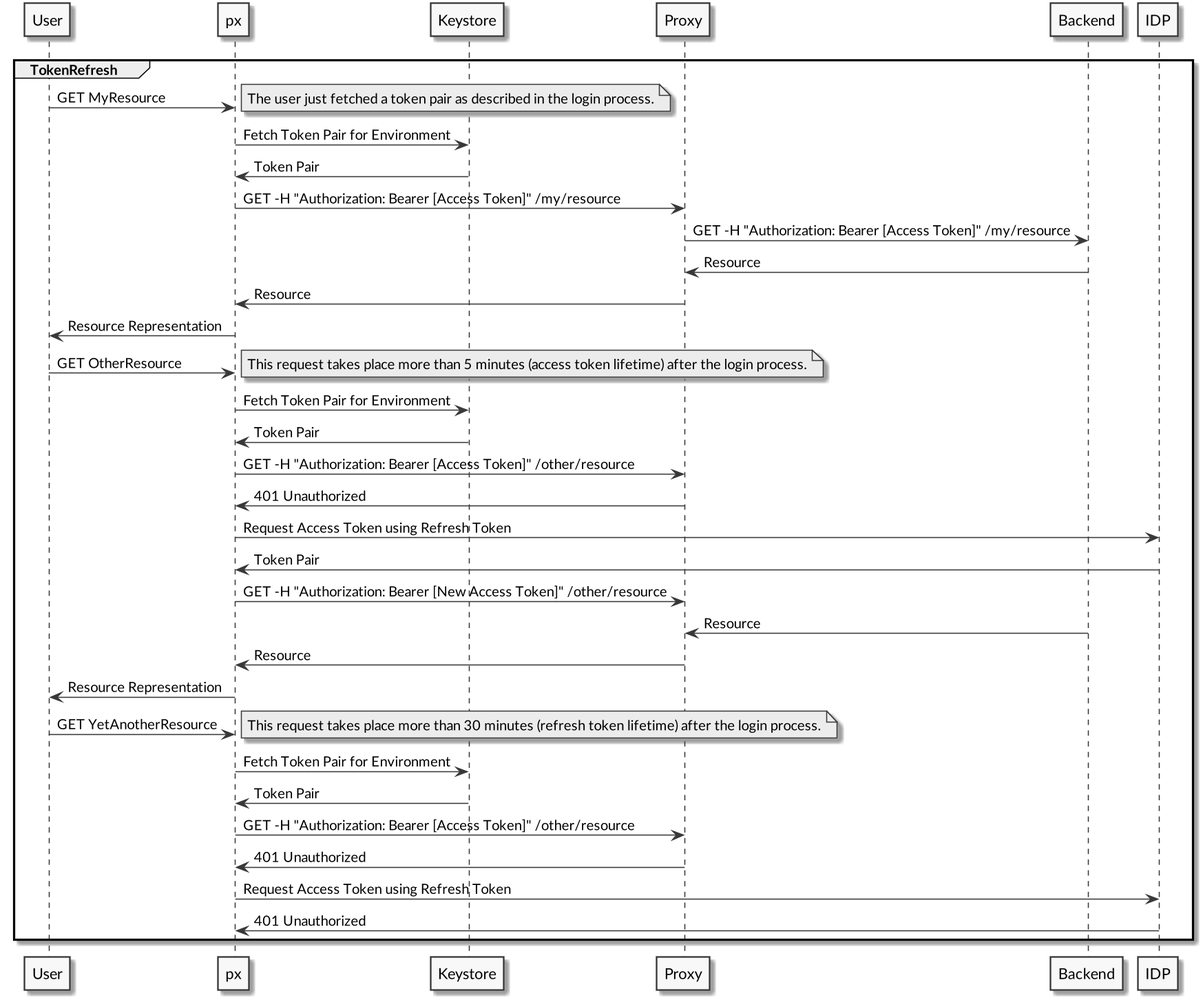
Before: doc/pics/sequence-retry.png, a diagram exported from PlantUML (patrickbucher/wipro).
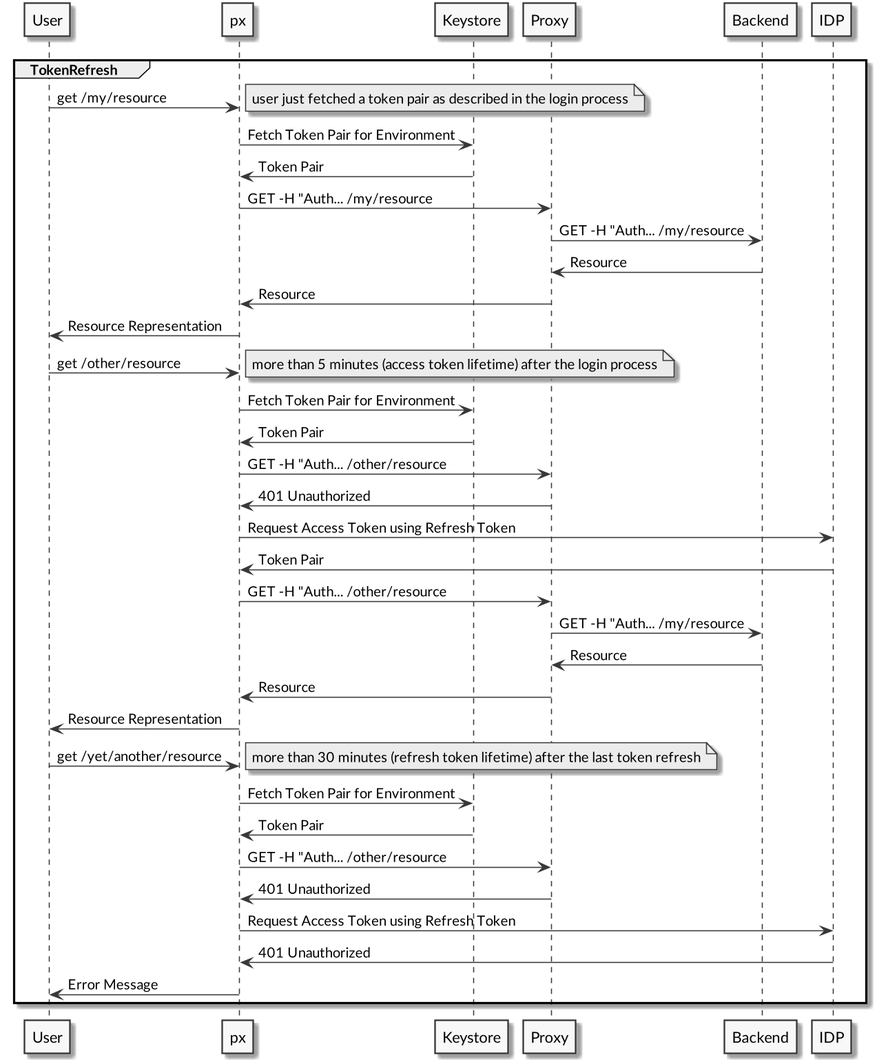
Above is the later version.

Commit message:
Dokumentation: Sequenzdiagramm zum Retry-Mechanismus verbessert

The edit, as a diff of the source:
```diff
@@ -5,37 +5,39 @@
 skinparam dpi 150
 
 group TokenRefresh
-    User -> px: GET MyResource
-    note right: The user just fetched a token pair as described in the login process.
+    User -> px: get /my/resource
+    note right: user just fetched a token pair as described in the login process
     px -> Keystore: Fetch Token Pair for Environment
     Keystore -> px: Token Pair
-    px -> Proxy: GET -H "Authorization: Bearer [Access Token]" /my/resource
-    Proxy -> Backend: GET -H "Authorization: Bearer [Access Token]" /my/resource
+    px -> Proxy: GET -H "Auth... /my/resource
+    Proxy -> Backend: GET -H "Auth... /my/resource
     Backend -> Proxy: Resource
     Proxy -> px: Resource
     px -> User: Resource Representation
 
-    User -> px: GET OtherResource
-    note right: This request takes place more than 5 minutes (access token lifetime) after the login process.
+    User -> px: get /other/resource
+    note right: more than 5 minutes (access token lifetime) after the login process
     px -> Keystore: Fetch Token Pair for Environment
     Keystore -> px: Token Pair
-    px -> Proxy: GET -H "Authorization: Bearer [Access Token]" /other/resource
+    px -> Proxy: GET -H "Auth... /other/resource
     Proxy -> px: 401 Unauthorized
     px -> IDP: Request Access Token using Refresh Token
     IDP -> px: Token Pair
-    px -> Proxy: GET -H "Authorization: Bearer [New Access Token]" /other/resource
+    px -> Proxy: GET -H "Auth... /other/resource
+    Proxy -> Backend: GET -H "Auth... /my/resource
     Backend -> Proxy: Resource
     Proxy -> px: Resource
     px -> User: Resource Representation
 
-    User -> px: GET YetAnotherResource
-    note right: This request takes place more than 30 minutes (refresh token lifetime) after the login process.
+    User -> px: get /yet/another/resource
+    note right: more than 30 minutes (refresh token lifetime) after the last token refresh
     px -> Keystore: Fetch Token Pair for Environment
     Keystore -> px: Token Pair
-    px -> Proxy: GET -H "Authorization: Bearer [Access Token]" /other/resource
+    px -> Proxy: GET -H "Auth... /other/resource
     Proxy -> px: 401 Unauthorized
     px -> IDP: Request Access Token using Refresh Token
     IDP -> px: 401 Unauthorized
+    px -> User: Error Message
 end
 
 @enduml
```
